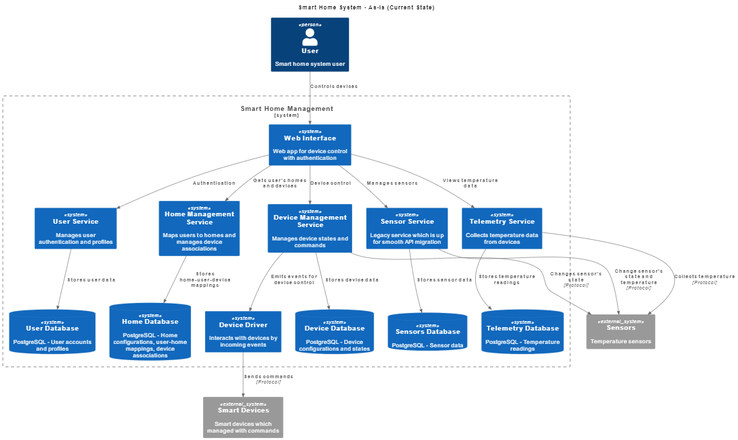
The PlantUML diagram diagrams/microservices/containers/containers_smart_home.png in Ayrtat/architecture-pro-warmhouse, before a commit. Its source is kept beside it as diagrams/microservices/containers/containers_smart_home.puml. The source it was exported from:
```plantuml
@startuml
!include https://raw.githubusercontent.com/plantuml-stdlib/C4-PlantUML/master/C4_Context.puml

title Smart Home System - As-Is (Current State)

Person(user, "User", "Smart home system user")

System_Boundary(smartHomeDomain, "Smart Home Management") {

    System(userService, "User Service", "Manages user authentication and profiles")
    System(homeService, "Home Management Service", "Maps users to homes and manages device associations")
    System(deviceManagementService, "Device Management Service", "Manages device states and commands")
    System(sensorService, "Sensor Service", "Legacy service which is up for smooth API migration")
    System(telemetryService, "Telemetry Service", "Collects temperature data from devices")

    System(deviceDriver, "Device Driver", "Interacts with devices by incoming events")
    System(webInterface, "Web Interface", "Web app for device control with authentication")

    SystemDb(userDb, "User Database", "PostgreSQL - User accounts and profiles")
    SystemDb(homeDb, "Home Database", "PostgreSQL - Home configurations, user-home mappings, device associations")
    SystemDb(deviceDb, "Device Database", "PostgreSQL - Device configurations and states")
    SystemDb(telemetryDb, "Telemetry Database", "PostgreSQL - Temperature readings")
    SystemDb(sensorDB, "Sensors Database", "PostgreSQL - Sensor data")
}

System_Ext(smartDevices, "Smart Devices", "Smart devices which managed with commands")
System_Ext(sensors, "Sensors", "Temperature sensors")

Rel(user, webInterface, "Controls devices")

Rel(webInterface, userService, "Authentication")
Rel(webInterface, homeService, "Gets user's homes and devices")
Rel(webInterface, deviceManagementService, "Device control")
Rel(webInterface, telemetryService, "Views temperature data")
Rel(webInterface, sensorService, "Manages sensors")

Rel(userService, userDb, "Stores user data")
Rel(homeService, homeDb, "Stores home-user-device mappings")
Rel(deviceManagementService, deviceDb, "Stores device data")
Rel(telemetryService, telemetryDb, "Stores temperature readings")
Rel(sensorService, sensorDB, "Stores sensor data")

Rel(deviceManagementService, deviceDriver, "Emits events for device control")
Rel(deviceDriver, smartDevices, "Sends commands", "Protocol")

Rel(deviceManagementService, sensors, "Changes sensor's state", "Protocol")
Rel(telemetryService, sensors, "Collects temperature", "Protocol")
Rel(sensorService, sensors, "Change sensor's state and temperature", "Protocol")

@enduml
```
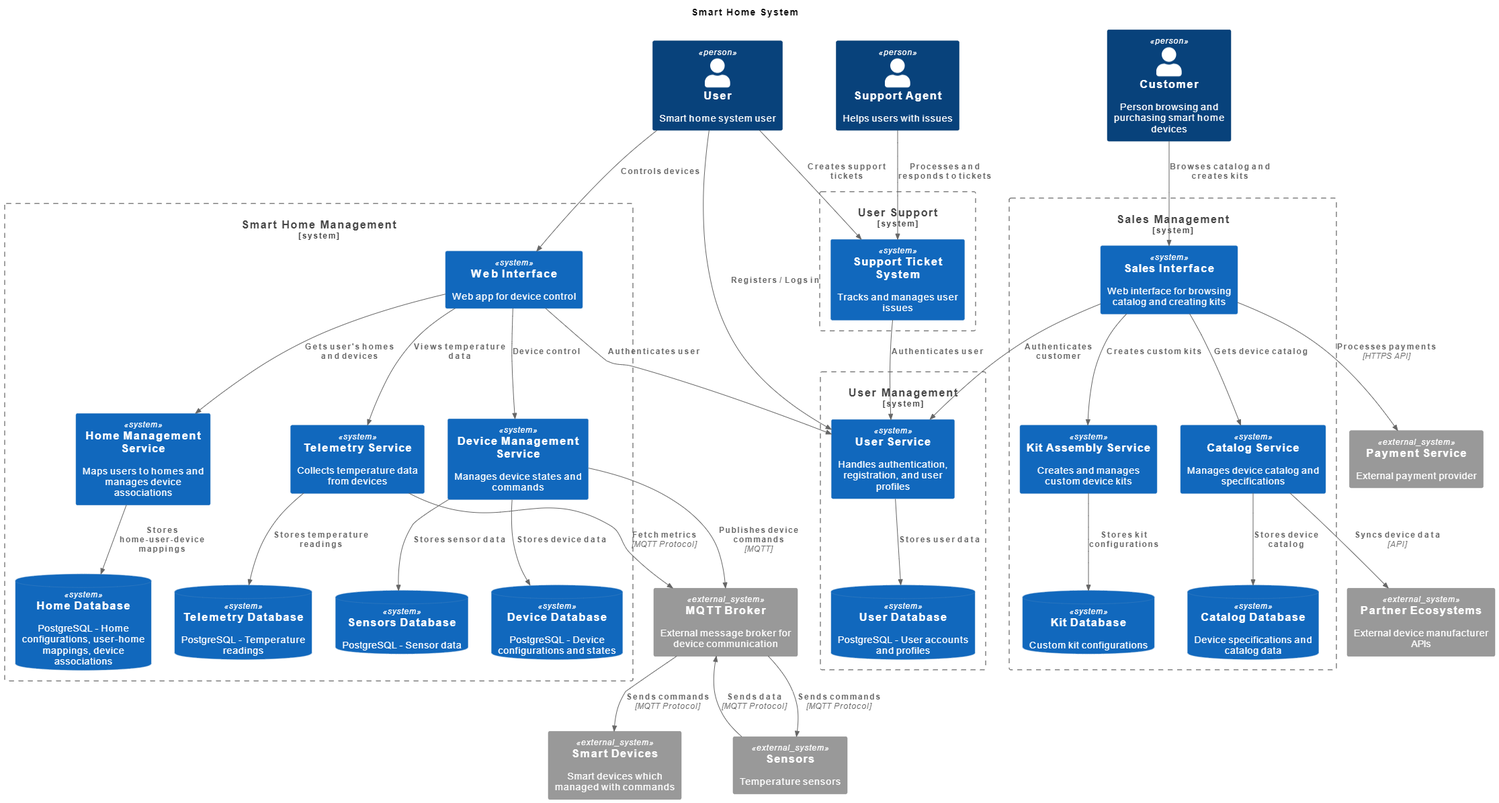
After the commit.

Diff of the diagram source:
```diff
@@ -1,7 +1,8 @@
 @startuml
 !include https://raw.githubusercontent.com/plantuml-stdlib/C4-PlantUML/master/C4_Context.puml
 
-title Smart Home System - As-Is (Current State)
+title Smart Home System
+
 
 Person(user, "User", "Smart home system user")
 
@@ -10,10 +11,8 @@
     System(userService, "User Service", "Manages user authentication and profiles")
     System(homeService, "Home Management Service", "Maps users to homes and manages device associations")
     System(deviceManagementService, "Device Management Service", "Manages device states and commands")
-    System(sensorService, "Sensor Service", "Legacy service which is up for smooth API migration")
     System(telemetryService, "Telemetry Service", "Collects temperature data from devices")
 
-    System(deviceDriver, "Device Driver", "Interacts with devices by incoming events")
     System(webInterface, "Web Interface", "Web app for device control with authentication")
 
     SystemDb(userDb, "User Database", "PostgreSQL - User accounts and profiles")
@@ -23,6 +22,7 @@
     SystemDb(sensorDB, "Sensors Database", "PostgreSQL - Sensor data")
 }
 
+System_Ext(mqttBroker, "MQTT Broker", "External message broker for device communication")
 System_Ext(smartDevices, "Smart Devices", "Smart devices which managed with commands")
 System_Ext(sensors, "Sensors", "Temperature sensors")
 
@@ -32,19 +32,43 @@
 Rel(webInterface, homeService, "Gets user's homes and devices")
 Rel(webInterface, deviceManagementService, "Device control")
 Rel(webInterface, telemetryService, "Views temperature data")
-Rel(webInterface, sensorService, "Manages sensors")
 
 Rel(userService, userDb, "Stores user data")
 Rel(homeService, homeDb, "Stores home-user-device mappings")
 Rel(deviceManagementService, deviceDb, "Stores device data")
+Rel(deviceManagementService, sensorDB, "Stores sensor data")
 Rel(telemetryService, telemetryDb, "Stores temperature readings")
-Rel(sensorService, sensorDB, "Stores sensor data")
 
-Rel(deviceManagementService, deviceDriver, "Emits events for device control")
-Rel(deviceDriver, smartDevices, "Sends commands", "Protocol")
+Rel(deviceManagementService, mqttBroker, "Publishes device commands", "MQTT")
+Rel(mqttBroker, smartDevices, "Sends commands", "MQTT Protocol")
 
-Rel(deviceManagementService, sensors, "Changes sensor's state", "Protocol")
-Rel(telemetryService, sensors, "Collects temperature", "Protocol")
-Rel(sensorService, sensors, "Change sensor's state and temperature", "Protocol")
+Rel(mqttBroker, sensors, "Sends commands", "MQTT Protocol")
+Rel(sensors, mqttBroker, "Sends data", "MQTT Protocol")
+
+Rel(telemetryService, mqttBroker, "Fetch metrics", "MQTT Protocol")
+
+
+Person(customer, "Customer", "Person browsing and purchasing smart home devices")
+
+System_Boundary(salesDomain, "Sales Management") {
+    System(salesInterface, "Sales Interface", "Web interface for browsing catalog and creating kits")
+    System(catalogService, "Catalog Service", "Manages device catalog and specifications")
+    System(kitAssemblyService, "Kit Assembly Service", "Creates and manages custom device kits")
+
+    SystemDb(catalogDb, "Catalog Database", "Device specifications and catalog data")
+    SystemDb(kitDb, "Kit Database", "Custom kit configurations")
+}
+
+System_Ext(partnerEcosystems, "Partner Ecosystems", "External device manufacturer APIs")
+
+Rel(customer, salesInterface, "Browses catalog and creates kits")
+
+Rel(salesInterface, catalogService, "Gets device catalog")
+Rel(salesInterface, kitAssemblyService, "Creates custom kits")
+
+Rel(catalogService, catalogDb, "Stores device catalog")
+Rel(catalogService, partnerEcosystems, "Syncs device data", "API")
+
+Rel(kitAssemblyService, kitDb, "Stores kit configurations")
 
 @enduml
```
